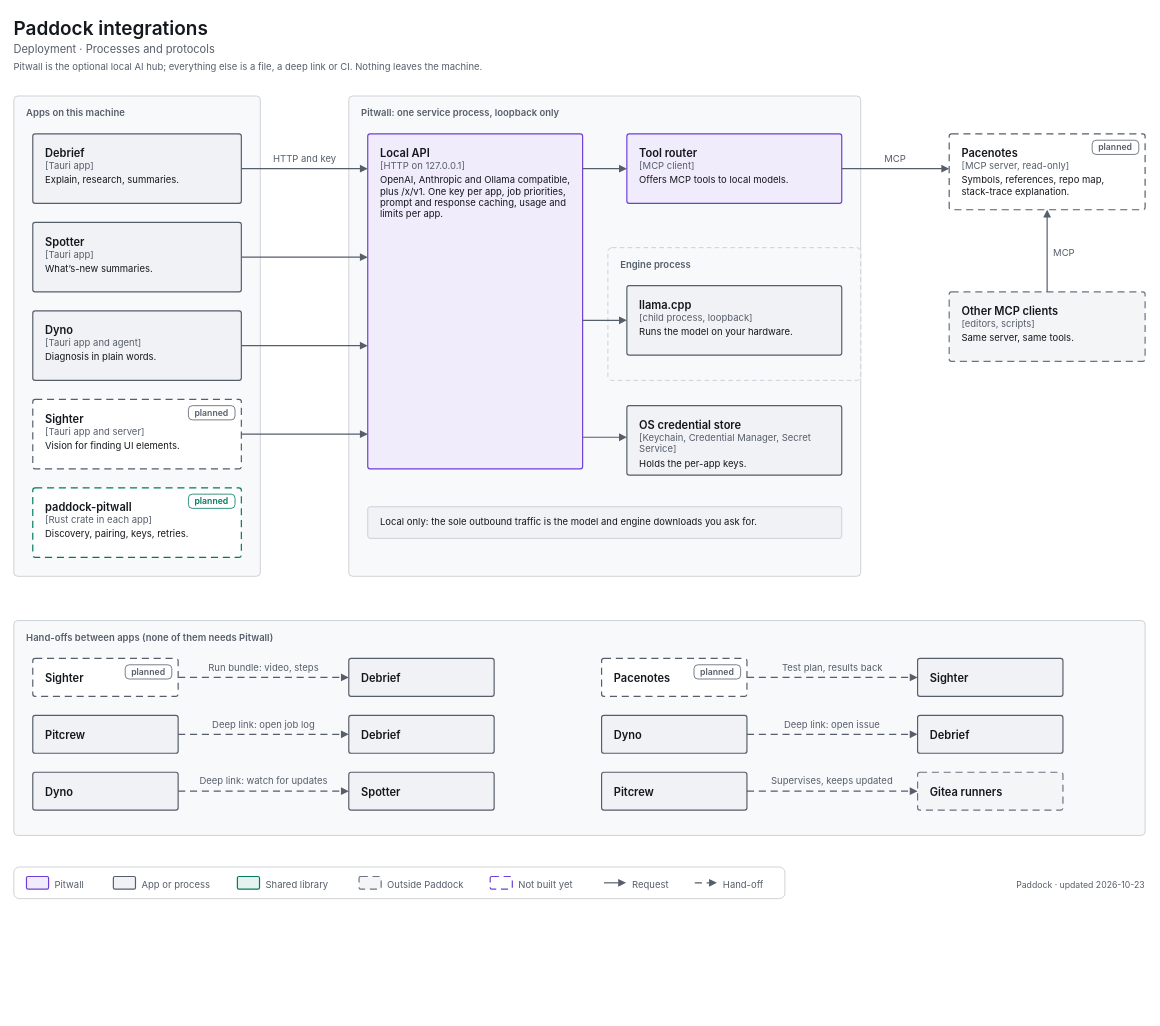
Above: docs/images/src/drawio/paddock-integrations.drawio in decryp7/paddock (draw.io), before the change. Source tidied: cells renumbered, new cells numbered last; positions are measured from the earlier drawing's top-left corner, leaving out a move shared by most shapes. Both pictures are drawn from the tidied source at 79%, with x=0, y=0 at pixel (13, 13).
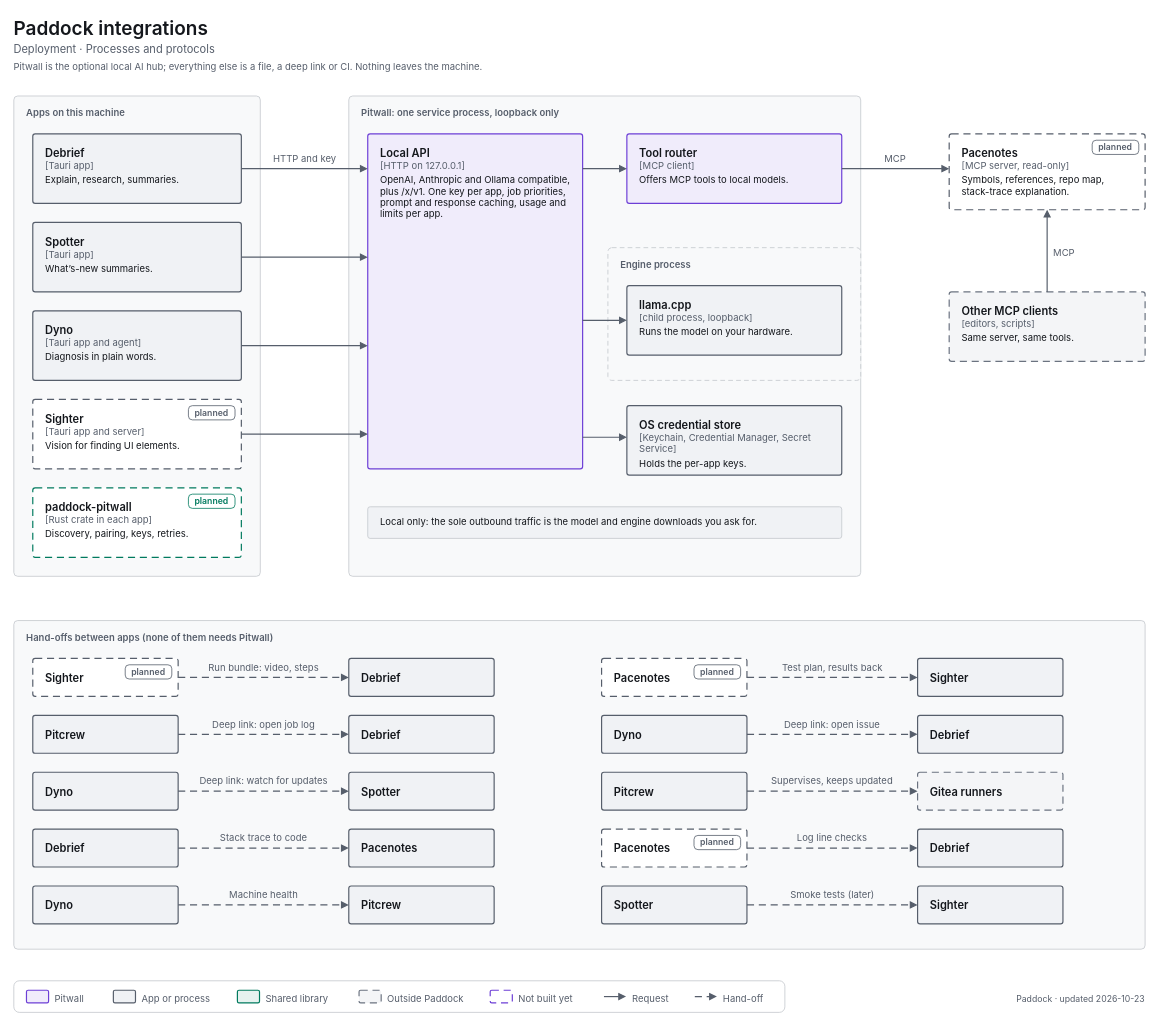
Above is the later version.

Diff of the diagram source:
```diff
@@
     <mxCell id="35" value="&lt;span style=&quot;font-size:12px;font-weight:600&quot;&gt;Hand-offs between apps (none of them needs Pitwall)&lt;/span&gt;" style="html=1;whiteSpace=wrap;fontFamily=-apple-system,BlinkMacSystemFont,Segoe UI,system-ui,sans-serif;fontSize=12;fontColor=light-dark(#14171C,#ECEEF1);rounded=1;absoluteArcSize=1;arcSize=10;strokeWidth=1;strokeColor=light-dark(#C4C7CD,#353A42);fillColor=light-dark(#F8F9FA,#121418);align=left;verticalAlign=top;spacingLeft=14;spacingTop=8;fontColor=light-dark(#565E6B,#A0A7B2);" parent="1" vertex="1">
-      <mxGeometry y="768" width="1432" height="272" as="geometry" />
+      <mxGeometry y="768" width="1432" height="416" as="geometry" />
     </mxCell>
@@
-    <mxCell id="62" style="rounded=1;absoluteArcSize=1;arcSize=14;strokeWidth=1;strokeColor=light-dark(#C4C7CD,#353A42);fillColor=none;" parent="1" vertex="1">
-      <mxGeometry y="1080" width="976" height="40" as="geometry" />
-    </mxCell>
+    <mxCell id="78" value="&lt;span style=&quot;font-size:14px;font-weight:600&quot;&gt;Debrief&lt;/span&gt;" style="html=1;whiteSpace=wrap;fontFamily=-apple-system,BlinkMacSystemFont,Segoe UI,system-ui,sans-serif;fontSize=12;fontColor=light-dark(#14171C,#ECEEF1);rounded=1;absoluteArcSize=1;arcSize=6;strokeWidth=1.5;strokeColor=light-dark(#565E6B,#A0A7B2);fillColor=light-dark(#F0F2F5,#1B1E23);align=left;verticalAlign=top;spacingLeft=14;spacingRight=14;spacingTop=10;spacingBottom=8;" parent="1" vertex="1">
+      <mxGeometry x="24" y="1032" width="184" height="48" as="geometry" />
+    </mxCell>
+    <mxCell id="79" value="&lt;span style=&quot;font-size:14px;font-weight:600&quot;&gt;Pacenotes&lt;/span&gt;" style="html=1;whiteSpace=wrap;fontFamily=-apple-system,BlinkMacSystemFont,Segoe UI,system-ui,sans-serif;fontSize=12;fontColor=light-dark(#14171C,#ECEEF1);rounded=1;absoluteArcSize=1;arcSize=6;strokeWidth=1.5;strokeColor=light-dark(#565E6B,#A0A7B2);fillColor=light-dark(#F0F2F5,#1B1E23);align=left;verticalAlign=top;spacingLeft=14;spacingRight=14;spacingTop=10;spacingBottom=8;" parent="1" vertex="1">
+      <mxGeometry x="424" y="1032" width="184" height="48" as="geometry" />
+    </mxCell>
-    <mxCell id="63" style="rounded=1;absoluteArcSize=1;arcSize=4;strokeWidth=1.5;strokeColor=light-dark(#6D3FD6,#A58BFA);fillColor=light-dark(#F0ECFB,#2C2A3F);" parent="1" vertex="1">
-      <mxGeometry x="16" y="1092" width="28" height="16" as="geometry" />
+    <mxCell id="63" style="edgeStyle=orthogonalEdgeStyle;rounded=1;arcSize=8;jettySize=auto;html=1;strokeWidth=1.5;strokeColor=light-dark(#565E6B,#A0A7B2);endArrow=block;endFill=1;endSize=6;startArrow=none;startFill=0;startSize=8;dashed=1;dashPattern=6 4;exitX=1.0000;exitY=0.5000;exitDx=0;exitDy=0;exitPerimeter=0;entryX=0.0000;entryY=0.5000;entryDx=0;entryDy=0;entryPerimeter=0;" parent="1" edge="1" source="78" target="79">
+      <mxGeometry relative="1" as="geometry" />
     </mxCell>
-    <mxCell id="64" value="&lt;span style=&quot;font-size:12px;font-weight:400&quot;&gt;Pitwall&lt;/span&gt;" style="html=1;whiteSpace=wrap;fontFamily=-apple-system,BlinkMacSystemFont,Segoe UI,system-ui,sans-serif;fontSize=12;fontColor=light-dark(#14171C,#ECEEF1);text;strokeColor=none;fillColor=none;align=left;verticalAlign=top;spacing=0;fontColor=light-dark(#565E6B,#A0A7B2);" parent="1" vertex="1">
-      <mxGeometry x="52" y="1091" width="50" height="18" as="geometry" />
+    <mxCell id="64" value="&lt;span style=&quot;font-size:12px;font-weight:400&quot;&gt;Stack trace to code&lt;/span&gt;" style="html=1;whiteSpace=wrap;fontFamily=-apple-system,BlinkMacSystemFont,Segoe UI,system-ui,sans-serif;fontSize=12;fontColor=light-dark(#14171C,#ECEEF1);text;strokeColor=none;fillColor=none;align=center;verticalAlign=top;spacing=0;fontColor=light-dark(#565E6B,#A0A7B2);" parent="1" vertex="1">
+      <mxGeometry x="250" y="1032" width="133" height="18" as="geometry" />
     </mxCell>
+    <mxCell id="80" value="&lt;span style=&quot;font-size:14px;font-weight:600&quot;&gt;Pacenotes&lt;/span&gt;" style="html=1;whiteSpace=wrap;fontFamily=-apple-system,BlinkMacSystemFont,Segoe UI,system-ui,sans-serif;fontSize=12;fontColor=light-dark(#14171C,#ECEEF1);rounded=1;absoluteArcSize=1;arcSize=6;strokeWidth=1.5;strokeColor=light-dark(#565E6B,#A0A7B2);fillColor=light-dark(#FFFFFF,#15171B);dashed=1;dashPattern=6 4;align=left;verticalAlign=top;spacingLeft=14;spacingRight=14;spacingTop=10;spacingBottom=8;" parent="1" vertex="1">
+      <mxGeometry x="744" y="1032" width="184" height="48" as="geometry" />
+    </mxCell>
-    <mxCell id="65" style="rounded=1;absoluteArcSize=1;arcSize=4;strokeWidth=1.5;strokeColor=light-dark(#565E6B,#A0A7B2);fillColor=light-dark(#F0F2F5,#1B1E23);" parent="1" vertex="1">
-      <mxGeometry x="126" y="1092" width="28" height="16" as="geometry" />
+    <mxCell id="65" value="&lt;span style=&quot;font-size:11px;font-weight:600&quot;&gt;planned&lt;/span&gt;" style="html=1;whiteSpace=wrap;fontFamily=-apple-system,BlinkMacSystemFont,Segoe UI,system-ui,sans-serif;fontSize=12;fontColor=light-dark(#14171C,#ECEEF1);rounded=1;absoluteArcSize=1;arcSize=10;strokeWidth=1;strokeColor=light-dark(#565E6B,#A0A7B2);fillColor=light-dark(#FFFFFF,#15171B);fontColor=light-dark(#565E6B,#A0A7B2);align=center;verticalAlign=middle;spacing=0;" parent="1" vertex="1">
+      <mxGeometry x="861" y="1040" width="59" height="18" as="geometry" />
     </mxCell>
+    <mxCell id="81" value="&lt;span style=&quot;font-size:14px;font-weight:600&quot;&gt;Debrief&lt;/span&gt;" style="html=1;whiteSpace=wrap;fontFamily=-apple-system,BlinkMacSystemFont,Segoe UI,system-ui,sans-serif;fontSize=12;fontColor=light-dark(#14171C,#ECEEF1);rounded=1;absoluteArcSize=1;arcSize=6;strokeWidth=1.5;strokeColor=light-dark(#565E6B,#A0A7B2);fillColor=light-dark(#F0F2F5,#1B1E23);align=left;verticalAlign=top;spacingLeft=14;spacingRight=14;spacingTop=10;spacingBottom=8;" parent="1" vertex="1">
+      <mxGeometry x="1144" y="1032" width="184" height="48" as="geometry" />
+    </mxCell>
-    <mxCell id="66" value="&lt;span style=&quot;font-size:12px;font-weight:400&quot;&gt;App or process&lt;/span&gt;" style="html=1;whiteSpace=wrap;fontFamily=-apple-system,BlinkMacSystemFont,Segoe UI,system-ui,sans-serif;fontSize=12;fontColor=light-dark(#14171C,#ECEEF1);text;strokeColor=none;fillColor=none;align=left;verticalAlign=top;spacing=0;fontColor=light-dark(#565E6B,#A0A7B2);" parent="1" vertex="1">
-      <mxGeometry x="162" y="1091" width="97" height="18" as="geometry" />
+    <mxCell id="66" style="edgeStyle=orthogonalEdgeStyle;rounded=1;arcSize=8;jettySize=auto;html=1;strokeWidth=1.5;strokeColor=light-dark(#565E6B,#A0A7B2);endArrow=block;endFill=1;endSize=6;startArrow=none;startFill=0;startSize=8;dashed=1;dashPattern=6 4;exitX=1.0000;exitY=0.5000;exitDx=0;exitDy=0;exitPerimeter=0;entryX=0.0000;entryY=0.5000;entryDx=0;entryDy=0;entryPerimeter=0;" parent="1" edge="1" source="80" target="81">
+      <mxGeometry relative="1" as="geometry" />
     </mxCell>
-    <mxCell id="67" style="rounded=1;absoluteArcSize=1;arcSize=4;strokeWidth=1.5;strokeColor=light-dark(#007A5E,#2EC4A0);fillColor=light-dark(#E6F2EF,#193330);" parent="1" vertex="1">
-      <mxGeometry x="283" y="1092" width="28" height="16" as="geometry" />
+    <mxCell id="67" value="&lt;span style=&quot;font-size:12px;font-weight:400&quot;&gt;Log line checks&lt;/span&gt;" style="html=1;whiteSpace=wrap;fontFamily=-apple-system,BlinkMacSystemFont,Segoe UI,system-ui,sans-serif;fontSize=12;fontColor=light-dark(#14171C,#ECEEF1);text;strokeColor=none;fillColor=none;align=center;verticalAlign=top;spacing=0;fontColor=light-dark(#565E6B,#A0A7B2);" parent="1" vertex="1">
+      <mxGeometry x="985" y="1032" width="102" height="18" as="geometry" />
     </mxCell>
+    <mxCell id="82" value="&lt;span style=&quot;font-size:14px;font-weight:600&quot;&gt;Dyno&lt;/span&gt;" style="html=1;whiteSpace=wrap;fontFamily=-apple-system,BlinkMacSystemFont,Segoe UI,system-ui,sans-serif;fontSize=12;fontColor=light-dark(#14171C,#ECEEF1);rounded=1;absoluteArcSize=1;arcSize=6;strokeWidth=1.5;strokeColor=light-dark(#565E6B,#A0A7B2);fillColor=light-dark(#F0F2F5,#1B1E23);align=left;verticalAlign=top;spacingLeft=14;spacingRight=14;spacingTop=10;spacingBottom=8;" parent="1" vertex="1">
+      <mxGeometry x="24" y="1104" width="184" height="48" as="geometry" />
+    </mxCell>
+    <mxCell id="83" value="&lt;span style=&quot;font-size:14px;font-weight:600&quot;&gt;Pitcrew&lt;/span&gt;" style="html=1;whiteSpace=wrap;fontFamily=-apple-system,BlinkMacSystemFont,Segoe UI,system-ui,sans-serif;fontSize=12;fontColor=light-dark(#14171C,#ECEEF1);rounded=1;absoluteArcSize=1;arcSize=6;strokeWidth=1.5;strokeColor=light-dark(#565E6B,#A0A7B2);fillColor=light-dark(#F0F2F5,#1B1E23);align=left;verticalAlign=top;spacingLeft=14;spacingRight=14;spacingTop=10;spacingBottom=8;" parent="1" vertex="1">
+      <mxGeometry x="424" y="1104" width="184" height="48" as="geometry" />
+    </mxCell>
-    <mxCell id="68" value="&lt;span style=&quot;font-size:12px;font-weight:400&quot;&gt;Shared library&lt;/span&gt;" style="html=1;whiteSpace=wrap;fontFamily=-apple-system,BlinkMacSystemFont,Segoe UI,system-ui,sans-serif;fontSize=12;fontColor=light-dark(#14171C,#ECEEF1);text;strokeColor=none;fillColor=none;align=left;verticalAlign=top;spacing=0;fontColor=light-dark(#565E6B,#A0A7B2);" parent="1" vertex="1">
-      <mxGeometry x="319" y="1091" width="94" height="18" as="geometry" />
+    <mxCell id="68" style="edgeStyle=orthogonalEdgeStyle;rounded=1;arcSize=8;jettySize=auto;html=1;strokeWidth=1.5;strokeColor=light-dark(#565E6B,#A0A7B2);endArrow=block;endFill=1;endSize=6;startArrow=none;startFill=0;startSize=8;dashed=1;dashPattern=6 4;exitX=1.0000;exitY=0.5000;exitDx=0;exitDy=0;exitPerimeter=0;entryX=0.0000;entryY=0.5000;entryDx=0;entryDy=0;entryPerimeter=0;" parent="1" edge="1" source="82" target="83">
+      <mxGeometry relative="1" as="geometry" />
     </mxCell>
-    <mxCell id="69" style="rounded=1;absoluteArcSize=1;arcSize=4;strokeWidth=1.5;strokeColor=light-dark(#6B7380,#7F8794);fillColor=light-dark(#F4F5F7,#17191E);dashed=1;dashPattern=6 4;" parent="1" vertex="1">
-      <mxGeometry x="437" y="1092" width="28" height="16" as="geometry" />
+    <mxCell id="69" value="&lt;span style=&quot;font-size:12px;font-weight:400&quot;&gt;Machine health&lt;/span&gt;" style="html=1;whiteSpace=wrap;fontFamily=-apple-system,BlinkMacSystemFont,Segoe UI,system-ui,sans-serif;fontSize=12;fontColor=light-dark(#14171C,#ECEEF1);text;strokeColor=none;fillColor=none;align=center;verticalAlign=top;spacing=0;fontColor=light-dark(#565E6B,#A0A7B2);" parent="1" vertex="1">
+      <mxGeometry x="266" y="1104" width="101" height="18" as="geometry" />
     </mxCell>
+    <mxCell id="84" value="&lt;span style=&quot;font-size:14px;font-weight:600&quot;&gt;Spotter&lt;/span&gt;" style="html=1;whiteSpace=wrap;fontFamily=-apple-system,BlinkMacSystemFont,Segoe UI,system-ui,sans-serif;fontSize=12;fontColor=light-dark(#14171C,#ECEEF1);rounded=1;absoluteArcSize=1;arcSize=6;strokeWidth=1.5;strokeColor=light-dark(#565E6B,#A0A7B2);fillColor=light-dark(#F0F2F5,#1B1E23);align=left;verticalAlign=top;spacingLeft=14;spacingRight=14;spacingTop=10;spacingBottom=8;" parent="1" vertex="1">
+      <mxGeometry x="744" y="1104" width="184" height="48" as="geometry" />
+    </mxCell>
+    <mxCell id="85" value="&lt;span style=&quot;font-size:14px;font-weight:600&quot;&gt;Sighter&lt;/span&gt;" style="html=1;whiteSpace=wrap;fontFamily=-apple-system,BlinkMacSystemFont,Segoe UI,system-ui,sans-serif;fontSize=12;fontColor=light-dark(#14171C,#ECEEF1);rounded=1;absoluteArcSize=1;arcSize=6;strokeWidth=1.5;strokeColor=light-dark(#565E6B,#A0A7B2);fillColor=light-dark(#F0F2F5,#1B1E23);align=left;verticalAlign=top;spacingLeft=14;spacingRight=14;spacingTop=10;spacingBottom=8;" parent="1" vertex="1">
+      <mxGeometry x="1144" y="1104" width="184" height="48" as="geometry" />
+    </mxCell>
-    <mxCell id="70" value="&lt;span style=&quot;font-size:12px;font-weight:400&quot;&gt;Outside Paddock&lt;/span&gt;" style="html=1;whiteSpace=wrap;fontFamily=-apple-system,BlinkMacSystemFont,Segoe UI,system-ui,sans-serif;fontSize=12;fontColor=light-dark(#14171C,#ECEEF1);text;strokeColor=none;fillColor=none;align=left;verticalAlign=top;spacing=0;fontColor=light-dark(#565E6B,#A0A7B2);" parent="1" vertex="1">
-      <mxGeometry x="473" y="1091" width="106" height="18" as="geometry" />
+    <mxCell id="70" style="edgeStyle=orthogonalEdgeStyle;rounded=1;arcSize=8;jettySize=auto;html=1;strokeWidth=1.5;strokeColor=light-dark(#565E6B,#A0A7B2);endArrow=block;endFill=1;endSize=6;startArrow=none;startFill=0;startSize=8;dashed=1;dashPattern=6 4;exitX=1.0000;exitY=0.5000;exitDx=0;exitDy=0;exitPerimeter=0;entryX=0.0000;entryY=0.5000;entryDx=0;entryDy=0;entryPerimeter=0;" parent="1" edge="1" source="84" target="85">
+      <mxGeometry relative="1" as="geometry" />
     </mxCell>
-    <mxCell id="71" style="rounded=1;absoluteArcSize=1;arcSize=4;strokeWidth=1.5;strokeColor=light-dark(#6D3FD6,#A58BFA);fillColor=light-dark(#FFFFFF,#15171B);dashed=1;dashPattern=6 4;" parent="1" vertex="1">
-      <mxGeometry x="603" y="1092" width="28" height="16" as="geometry" />
+    <mxCell id="71" value="&lt;span style=&quot;font-size:12px;font-weight:400&quot;&gt;Smoke tests (later)&lt;/span&gt;" style="html=1;whiteSpace=wrap;fontFamily=-apple-system,BlinkMacSystemFont,Segoe UI,system-ui,sans-serif;fontSize=12;fontColor=light-dark(#14171C,#ECEEF1);text;strokeColor=none;fillColor=none;align=center;verticalAlign=top;spacing=0;fontColor=light-dark(#565E6B,#A0A7B2);" parent="1" vertex="1">
+      <mxGeometry x="971" y="1104" width="131" height="18" as="geometry" />
     </mxCell>
+    <mxCell id="62" style="rounded=1;absoluteArcSize=1;arcSize=14;strokeWidth=1;strokeColor=light-dark(#C4C7CD,#353A42);fillColor=none;" parent="1" vertex="1">
+      <mxGeometry y="1224" width="976" height="40" as="geometry" />
+    </mxCell>
-    <mxCell id="72" value="&lt;span style=&quot;font-size:12px;font-weight:400&quot;&gt;Not built yet&lt;/span&gt;" style="html=1;whiteSpace=wrap;fontFamily=-apple-system,BlinkMacSystemFont,Segoe UI,system-ui,sans-serif;fontSize=12;fontColor=light-dark(#14171C,#ECEEF1);text;strokeColor=none;fillColor=none;align=left;verticalAlign=top;spacing=0;fontColor=light-dark(#565E6B,#A0A7B2);" parent="1" vertex="1">
-      <mxGeometry x="639" y="1091" width="84" height="18" as="geometry" />
+    <mxCell id="72" style="rounded=1;absoluteArcSize=1;arcSize=4;strokeWidth=1.5;strokeColor=light-dark(#6D3FD6,#A58BFA);fillColor=light-dark(#F0ECFB,#2C2A3F);" parent="1" vertex="1">
+      <mxGeometry x="16" y="1236" width="28" height="16" as="geometry" />
     </mxCell>
-    <mxCell id="73" style="edgeStyle=none;rounded=1;html=1;strokeWidth=1.5;strokeColor=light-dark(#565E6B,#A0A7B2);endArrow=block;endFill=1;endSize=6;" parent="1" edge="1">
-      <mxGeometry relative="1" as="geometry">
-        <mxPoint x="747" y="1100" as="sourcePoint" />
-        <mxPoint x="775" y="1100" as="targetPoint" />
-      </mxGeometry>
+    <mxCell id="73" value="&lt;span style=&quot;font-size:12px;font-weight:400&quot;&gt;Pitwall&lt;/span&gt;" style="html=1;whiteSpace=wrap;fontFamily=-apple-system,BlinkMacSystemFont,Segoe UI,system-ui,sans-serif;fontSize=12;fontColor=light-dark(#14171C,#ECEEF1);text;strokeColor=none;fillColor=none;align=left;verticalAlign=top;spacing=0;fontColor=light-dark(#565E6B,#A0A7B2);" parent="1" vertex="1">
+      <mxGeometry x="52" y="1235" width="50" height="18" as="geometry" />
     </mxCell>
-    <mxCell id="74" value="&lt;span style=&quot;font-size:12px;font-weight:400&quot;&gt;Request&lt;/span&gt;" style="html=1;whiteSpace=wrap;fontFamily=-apple-system,BlinkMacSystemFont,Segoe UI,system-ui,sans-serif;fontSize=12;fontColor=light-dark(#14171C,#ECEEF1);text;strokeColor=none;fillColor=none;align=left;verticalAlign=top;spacing=0;fontColor=light-dark(#565E6B,#A0A7B2);" parent="1" vertex="1">
-      <mxGeometry x="783" y="1091" width="55" height="18" as="geometry" />
+    <mxCell id="74" style="rounded=1;absoluteArcSize=1;arcSize=4;strokeWidth=1.5;strokeColor=light-dark(#565E6B,#A0A7B2);fillColor=light-dark(#F0F2F5,#1B1E23);" parent="1" vertex="1">
+      <mxGeometry x="126" y="1236" width="28" height="16" as="geometry" />
     </mxCell>
-    <mxCell id="75" style="edgeStyle=none;rounded=1;html=1;strokeWidth=1.5;strokeColor=light-dark(#565E6B,#A0A7B2);endArrow=block;endFill=1;endSize=6;dashed=1;dashPattern=6 4;" parent="1" edge="1">
-      <mxGeometry relative="1" as="geometry">
-        <mxPoint x="862" y="1100" as="sourcePoint" />
-        <mxPoint x="890" y="1100" as="targetPoint" />
-      </mxGeometry>
+    <mxCell id="75" value="&lt;span style=&quot;font-size:12px;font-weight:400&quot;&gt;App or process&lt;/span&gt;" style="html=1;whiteSpace=wrap;fontFamily=-apple-system,BlinkMacSystemFont,Segoe UI,system-ui,sans-serif;fontSize=12;fontColor=light-dark(#14171C,#ECEEF1);text;strokeColor=none;fillColor=none;align=left;verticalAlign=top;spacing=0;fontColor=light-dark(#565E6B,#A0A7B2);" parent="1" vertex="1">
+      <mxGeometry x="162" y="1235" width="97" height="18" as="geometry" />
     </mxCell>
-    <mxCell id="76" value="&lt;span style=&quot;font-size:12px;font-weight:400&quot;&gt;Hand-off&lt;/span&gt;" style="html=1;whiteSpace=wrap;fontFamily=-apple-system,BlinkMacSystemFont,Segoe UI,system-ui,sans-serif;fontSize=12;fontColor=light-dark(#14171C,#ECEEF1);text;strokeColor=none;fillColor=none;align=left;verticalAlign=top;spacing=0;fontColor=light-dark(#565E6B,#A0A7B2);" parent="1" vertex="1">
-      <mxGeometry x="898" y="1091" width="62" height="18" as="geometry" />
+    <mxCell id="76" style="rounded=1;absoluteArcSize=1;arcSize=4;strokeWidth=1.5;strokeColor=light-dark(#007A5E,#2EC4A0);fillColor=light-dark(#E6F2EF,#193330);" parent="1" vertex="1">
+      <mxGeometry x="283" y="1236" width="28" height="16" as="geometry" />
     </mxCell>
+    <mxCell id="86" value="&lt;span style=&quot;font-size:12px;font-weight:400&quot;&gt;Shared library&lt;/span&gt;" style="html=1;whiteSpace=wrap;fontFamily=-apple-system,BlinkMacSystemFont,Segoe UI,system-ui,sans-serif;fontSize=12;fontColor=light-dark(#14171C,#ECEEF1);text;strokeColor=none;fillColor=none;align=left;verticalAlign=top;spacing=0;fontColor=light-dark(#565E6B,#A0A7B2);" parent="1" vertex="1">
+      <mxGeometry x="319" y="1235" width="94" height="18" as="geometry" />
+    </mxCell>
+    <mxCell id="87" style="rounded=1;absoluteArcSize=1;arcSize=4;strokeWidth=1.5;strokeColor=light-dark(#6B7380,#7F8794);fillColor=light-dark(#F4F5F7,#17191E);dashed=1;dashPattern=6 4;" parent="1" vertex="1">
+      <mxGeometry x="437" y="1236" width="28" height="16" as="geometry" />
+    </mxCell>
+    <mxCell id="88" value="&lt;span style=&quot;font-size:12px;font-weight:400&quot;&gt;Outside Paddock&lt;/span&gt;" style="html=1;whiteSpace=wrap;fontFamily=-apple-system,BlinkMacSystemFont,Segoe UI,system-ui,sans-serif;fontSize=12;fontColor=light-dark(#14171C,#ECEEF1);text;strokeColor=none;fillColor=none;align=left;verticalAlign=top;spacing=0;fontColor=light-dark(#565E6B,#A0A7B2);" parent="1" vertex="1">
+      <mxGeometry x="473" y="1235" width="106" height="18" as="geometry" />
+    </mxCell>
+    <mxCell id="89" style="rounded=1;absoluteArcSize=1;arcSize=4;strokeWidth=1.5;strokeColor=light-dark(#6D3FD6,#A58BFA);fillColor=light-dark(#FFFFFF,#15171B);dashed=1;dashPattern=6 4;" parent="1" vertex="1">
+      <mxGeometry x="603" y="1236" width="28" height="16" as="geometry" />
+    </mxCell>
+    <mxCell id="90" value="&lt;span style=&quot;font-size:12px;font-weight:400&quot;&gt;Not built yet&lt;/span&gt;" style="html=1;whiteSpace=wrap;fontFamily=-apple-system,BlinkMacSystemFont,Segoe UI,system-ui,sans-serif;fontSize=12;fontColor=light-dark(#14171C,#ECEEF1);text;strokeColor=none;fillColor=none;align=left;verticalAlign=top;spacing=0;fontColor=light-dark(#565E6B,#A0A7B2);" parent="1" vertex="1">
+      <mxGeometry x="639" y="1235" width="84" height="18" as="geometry" />
+    </mxCell>
+    <mxCell id="91" style="edgeStyle=none;rounded=1;html=1;strokeWidth=1.5;strokeColor=light-dark(#565E6B,#A0A7B2);endArrow=block;endFill=1;endSize=6;" parent="1" edge="1">
+      <mxGeometry relative="1" as="geometry">
+        <mxPoint x="747" y="1244" as="sourcePoint" />
+        <mxPoint x="775" y="1244" as="targetPoint" />
+      </mxGeometry>
+    </mxCell>
+    <mxCell id="92" value="&lt;span style=&quot;font-size:12px;font-weight:400&quot;&gt;Request&lt;/span&gt;" style="html=1;whiteSpace=wrap;fontFamily=-apple-system,BlinkMacSystemFont,Segoe UI,system-ui,sans-serif;fontSize=12;fontColor=light-dark(#14171C,#ECEEF1);text;strokeColor=none;fillColor=none;align=left;verticalAlign=top;spacing=0;fontColor=light-dark(#565E6B,#A0A7B2);" parent="1" vertex="1">
+      <mxGeometry x="783" y="1235" width="55" height="18" as="geometry" />
+    </mxCell>
+    <mxCell id="93" style="edgeStyle=none;rounded=1;html=1;strokeWidth=1.5;strokeColor=light-dark(#565E6B,#A0A7B2);endArrow=block;endFill=1;endSize=6;dashed=1;dashPattern=6 4;" parent="1" edge="1">
+      <mxGeometry relative="1" as="geometry">
+        <mxPoint x="862" y="1244" as="sourcePoint" />
+        <mxPoint x="890" y="1244" as="targetPoint" />
+      </mxGeometry>
+    </mxCell>
+    <mxCell id="94" value="&lt;span style=&quot;font-size:12px;font-weight:400&quot;&gt;Hand-off&lt;/span&gt;" style="html=1;whiteSpace=wrap;fontFamily=-apple-system,BlinkMacSystemFont,Segoe UI,system-ui,sans-serif;fontSize=12;fontColor=light-dark(#14171C,#ECEEF1);text;strokeColor=none;fillColor=none;align=left;verticalAlign=top;spacing=0;fontColor=light-dark(#565E6B,#A0A7B2);" parent="1" vertex="1">
+      <mxGeometry x="898" y="1235" width="62" height="18" as="geometry" />
+    </mxCell>
     <mxCell id="77" value="&lt;span style=&quot;font-size:11px;font-weight:400&quot;&gt;Paddock · updated 2026-10-23&lt;/span&gt;" style="html=1;whiteSpace=wrap;fontFamily=-apple-system,BlinkMacSystemFont,Segoe UI,system-ui,sans-serif;fontSize=12;fontColor=light-dark(#14171C,#ECEEF1);text;strokeColor=none;fillColor=none;align=right;verticalAlign=top;spacing=0;fontColor=light-dark(#565E6B,#A0A7B2);" parent="1" vertex="1">
-      <mxGeometry x="1072" y="1091" width="360" height="18" as="geometry" />
+      <mxGeometry x="1072" y="1235" width="360" height="18" as="geometry" />
     </mxCell>
```
